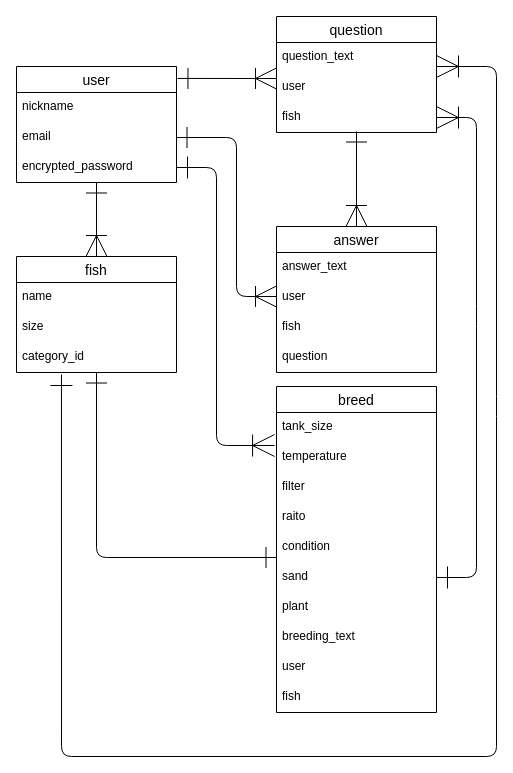
Earlier version of the draw.io diagram ER.dio (shimitar/fish-breeding). Source tidied: cells renumbered, new cells numbered last; positions are measured from the earlier drawing's top-left corner, leaving out a move shared by most shapes. Both pictures are drawn from the tidied source at 100%, with x=0, y=0 at pixel (16, 16).
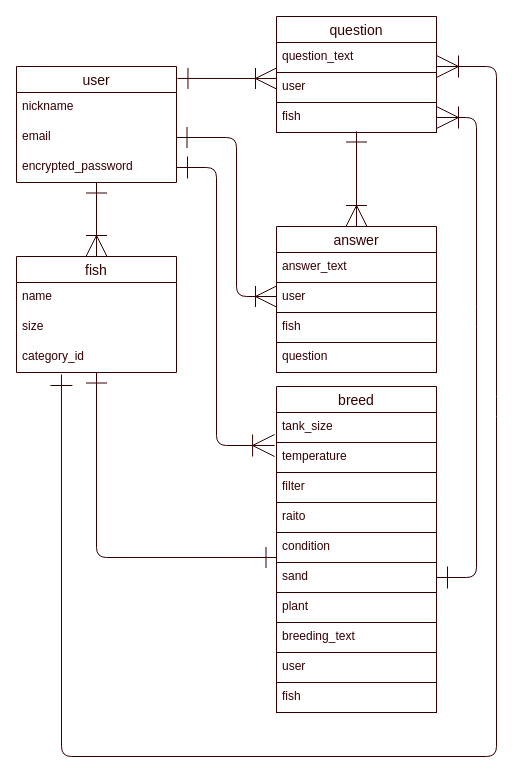
Above is the later version.

What changed in the source:
```diff
@@
-<mxGraphModel>
+<mxGraphModel background="#ffffff">
@@
-    <mxCell id="2" style="edgeStyle=none;html=1;entryX=0.5;entryY=0;entryDx=0;entryDy=0;endArrow=ERoneToMany;endFill=0;startSize=19;endSize=19;startArrow=ERone;startFill=0;" parent="1" edge="1" source="3" target="8">
+    <mxCell id="2" style="edgeStyle=none;html=1;entryX=0.5;entryY=0;entryDx=0;entryDy=0;endArrow=ERoneToMany;endFill=0;startSize=19;endSize=19;startArrow=ERone;startFill=0;strokeColor=#330000;fontColor=#330000;" parent="1" edge="1" source="3" target="8">
       <mxGeometry relative="1" as="geometry" />
     </mxCell>
-    <mxCell id="3" value="user" style="swimlane;fontStyle=0;horizontal=1;startSize=26;align=center;fontSize=14;" parent="1" vertex="1">
+    <mxCell id="3" value="user" style="swimlane;fontStyle=0;horizontal=1;startSize=26;align=center;fontSize=14;fillColor=none;strokeColor=#330000;fontColor=#330000;" parent="1" vertex="1">
       <mxGeometry y="50" width="160" height="116" as="geometry" />
     </mxCell>
-    <mxCell id="4" value="nickname" style="text;strokeColor=none;fillColor=none;spacingLeft=4;spacingRight=4;overflow=hidden;fontSize=12;" parent="3" vertex="1">
+    <mxCell id="4" value="nickname" style="text;strokeColor=none;fillColor=none;spacingLeft=4;spacingRight=4;overflow=hidden;fontSize=12;fontColor=#330000;" parent="3" vertex="1">
       <mxGeometry y="26" width="160" height="30" as="geometry" />
     </mxCell>
-    <mxCell id="5" value="email" style="text;strokeColor=none;fillColor=none;spacingLeft=4;spacingRight=4;overflow=hidden;points=[[0,0.5],[1,0.5]];portConstraint=eastwest;fontSize=12;" parent="3" vertex="1">
+    <mxCell id="5" value="email" style="text;strokeColor=none;fillColor=none;spacingLeft=4;spacingRight=4;overflow=hidden;points=[[0,0.5],[1,0.5]];portConstraint=eastwest;fontSize=12;fontColor=#330000;" parent="3" vertex="1">
       <mxGeometry y="56" width="160" height="30" as="geometry" />
     </mxCell>
-    <mxCell id="6" value="encrypted_password" style="text;strokeColor=none;fillColor=none;spacingLeft=4;spacingRight=4;overflow=hidden;points=[[0,0.5],[1,0.5]];portConstraint=eastwest;fontSize=12;" parent="3" vertex="1">
+    <mxCell id="6" value="encrypted_password" style="text;strokeColor=none;fillColor=none;spacingLeft=4;spacingRight=4;overflow=hidden;points=[[0,0.5],[1,0.5]];portConstraint=eastwest;fontSize=12;fontColor=#330000;" parent="3" vertex="1">
       <mxGeometry y="86" width="160" height="30" as="geometry" />
     </mxCell>
-    <mxCell id="7" style="edgeStyle=none;html=1;entryX=0;entryY=0.833;entryDx=0;entryDy=0;entryPerimeter=0;startArrow=ERone;startFill=0;endArrow=ERone;endFill=0;startSize=19;endSize=19;" parent="1" edge="1" source="8" target="27">
+    <mxCell id="7" style="edgeStyle=none;html=1;entryX=0;entryY=0.833;entryDx=0;entryDy=0;entryPerimeter=0;startArrow=ERone;startFill=0;endArrow=ERone;endFill=0;startSize=19;endSize=19;strokeColor=#330000;fontColor=#330000;" parent="1" edge="1" source="8" target="27">
       <mxGeometry relative="1" as="geometry">
         <Array as="points">
           <mxPoint x="80" y="541" />
         </Array>
       </mxGeometry>
     </mxCell>
-    <mxCell id="8" value="fish" style="swimlane;fontStyle=0;horizontal=1;startSize=26;align=center;fontSize=14;" parent="1" vertex="1">
+    <mxCell id="8" value="fish" style="swimlane;fontStyle=0;horizontal=1;startSize=26;align=center;fontSize=14;fillColor=none;strokeColor=#330000;fontColor=#330000;" parent="1" vertex="1">
       <mxGeometry y="240" width="160" height="116" as="geometry" />
     </mxCell>
-    <mxCell id="9" value="name" style="text;strokeColor=none;fillColor=none;spacingLeft=4;spacingRight=4;overflow=hidden;fontSize=12;" parent="8" vertex="1">
+    <mxCell id="9" value="name" style="text;strokeColor=none;fillColor=none;spacingLeft=4;spacingRight=4;overflow=hidden;fontSize=12;fontColor=#330000;" parent="8" vertex="1">
       <mxGeometry y="26" width="160" height="30" as="geometry" />
     </mxCell>
-    <mxCell id="10" value="size" style="text;strokeColor=none;fillColor=none;spacingLeft=4;spacingRight=4;overflow=hidden;fontSize=12;" parent="8" vertex="1">
+    <mxCell id="10" value="size" style="text;strokeColor=none;fillColor=none;spacingLeft=4;spacingRight=4;overflow=hidden;fontSize=12;fontColor=#330000;" parent="8" vertex="1">
       <mxGeometry y="56" width="160" height="30" as="geometry" />
     </mxCell>
-    <mxCell id="11" value="category_id" style="text;strokeColor=none;fillColor=none;spacingLeft=4;spacingRight=4;overflow=hidden;points=[[0,0.5],[1,0.5]];portConstraint=eastwest;fontSize=12;" parent="8" vertex="1">
+    <mxCell id="11" value="category_id" style="text;strokeColor=none;fillColor=none;spacingLeft=4;spacingRight=4;overflow=hidden;points=[[0,0.5],[1,0.5]];portConstraint=eastwest;fontSize=12;fontColor=#330000;" parent="8" vertex="1">
       <mxGeometry y="86" width="160" height="30" as="geometry" />
     </mxCell>
-    <mxCell id="12" value="question" style="swimlane;fontStyle=0;horizontal=1;startSize=26;align=center;fontSize=14;" parent="1" vertex="1">
+    <mxCell id="12" value="question" style="swimlane;fontStyle=0;horizontal=1;startSize=26;align=center;fontSize=14;fillColor=none;fontColor=#330000;strokeColor=#330000;" parent="1" vertex="1">
       <mxGeometry x="260" width="160" height="116" as="geometry" />
     </mxCell>
-    <mxCell id="13" value="question_text" style="text;strokeColor=none;fillColor=none;spacingLeft=4;spacingRight=4;overflow=hidden;fontSize=12;" parent="12" vertex="1">
+    <mxCell id="13" value="question_text" style="text;strokeColor=#330000;fillColor=none;spacingLeft=4;spacingRight=4;overflow=hidden;fontSize=12;fontColor=#330000;" parent="12" vertex="1">
       <mxGeometry y="26" width="160" height="30" as="geometry" />
     </mxCell>
-    <mxCell id="14" value="user" style="text;strokeColor=none;fillColor=none;spacingLeft=4;spacingRight=4;overflow=hidden;fontSize=12;" parent="12" vertex="1">
+    <mxCell id="14" value="user" style="text;strokeColor=#330000;fillColor=none;spacingLeft=4;spacingRight=4;overflow=hidden;fontSize=12;fontColor=#330000;" parent="12" vertex="1">
       <mxGeometry y="56" width="160" height="30" as="geometry" />
     </mxCell>
-    <mxCell id="15" value="fish" style="text;strokeColor=none;fillColor=none;spacingLeft=4;spacingRight=4;overflow=hidden;points=[[0,0.5],[1,0.5]];portConstraint=eastwest;fontSize=12;" parent="12" vertex="1">
+    <mxCell id="15" value="fish" style="text;strokeColor=#330000;fillColor=none;spacingLeft=4;spacingRight=4;overflow=hidden;points=[[0,0.5],[1,0.5]];portConstraint=eastwest;fontSize=12;fontColor=#330000;" parent="12" vertex="1">
       <mxGeometry y="86" width="160" height="30" as="geometry" />
     </mxCell>
-    <mxCell id="16" style="edgeStyle=none;html=1;startArrow=ERoneToMany;startFill=0;endArrow=ERone;endFill=0;startSize=19;endSize=19;entryX=0.5;entryY=0.967;entryDx=0;entryDy=0;entryPerimeter=0;" parent="1" edge="1" source="17" target="15">
+    <mxCell id="16" style="edgeStyle=none;html=1;startArrow=ERoneToMany;startFill=0;endArrow=ERone;endFill=0;startSize=19;endSize=19;entryX=0.5;entryY=0.967;entryDx=0;entryDy=0;entryPerimeter=0;strokeColor=#330000;fontColor=#330000;" parent="1" edge="1" source="17" target="15">
       <mxGeometry relative="1" as="geometry" />
     </mxCell>
-    <mxCell id="17" value="answer" style="swimlane;fontStyle=0;horizontal=1;startSize=26;align=center;fontSize=14;" parent="1" vertex="1">
+    <mxCell id="17" value="answer" style="swimlane;fontStyle=0;horizontal=1;startSize=26;align=center;fontSize=14;fillColor=none;strokeColor=#330000;fontColor=#330000;" parent="1" vertex="1">
       <mxGeometry x="260" y="210" width="160" height="146" as="geometry" />
     </mxCell>
-    <mxCell id="18" value="answer_text" style="text;strokeColor=none;fillColor=none;spacingLeft=4;spacingRight=4;overflow=hidden;fontSize=12;" parent="17" vertex="1">
+    <mxCell id="18" value="answer_text" style="text;strokeColor=#330000;fillColor=none;spacingLeft=4;spacingRight=4;overflow=hidden;fontSize=12;fontColor=#330000;" parent="17" vertex="1">
       <mxGeometry y="26" width="160" height="30" as="geometry" />
     </mxCell>
-    <mxCell id="19" value="user" style="text;strokeColor=none;fillColor=none;spacingLeft=4;spacingRight=4;overflow=hidden;fontSize=12;" parent="17" vertex="1">
+    <mxCell id="19" value="user" style="text;strokeColor=#330000;fillColor=none;spacingLeft=4;spacingRight=4;overflow=hidden;fontSize=12;fontColor=#330000;" parent="17" vertex="1">
       <mxGeometry y="56" width="160" height="30" as="geometry" />
     </mxCell>
-    <mxCell id="20" value="fish" style="text;strokeColor=none;fillColor=none;spacingLeft=4;spacingRight=4;overflow=hidden;fontSize=12;" parent="17" vertex="1">
+    <mxCell id="20" value="fish" style="text;strokeColor=#330000;fillColor=none;spacingLeft=4;spacingRight=4;overflow=hidden;fontSize=12;fontColor=#330000;" parent="17" vertex="1">
       <mxGeometry y="86" width="160" height="30" as="geometry" />
     </mxCell>
-    <mxCell id="21" value="question" style="text;strokeColor=none;fillColor=none;spacingLeft=4;spacingRight=4;overflow=hidden;fontSize=12;" parent="17" vertex="1">
+    <mxCell id="21" value="question" style="text;strokeColor=#330000;fillColor=none;spacingLeft=4;spacingRight=4;overflow=hidden;fontSize=12;fontColor=#330000;" parent="17" vertex="1">
       <mxGeometry y="116" width="160" height="30" as="geometry" />
     </mxCell>
-    <mxCell id="22" value="breed" style="swimlane;fontStyle=0;horizontal=1;startSize=26;align=center;fontSize=14;" parent="1" vertex="1">
+    <mxCell id="22" value="breed" style="swimlane;fontStyle=0;horizontal=1;startSize=26;align=center;fontSize=14;fillColor=none;strokeColor=#330000;fontColor=#330000;" parent="1" vertex="1">
       <mxGeometry x="260" y="370" width="160" height="326" as="geometry" />
     </mxCell>
-    <mxCell id="23" value="tank_size" style="text;strokeColor=none;fillColor=none;spacingLeft=4;spacingRight=4;overflow=hidden;fontSize=12;" parent="22" vertex="1">
+    <mxCell id="23" value="tank_size" style="text;strokeColor=#330000;fillColor=none;spacingLeft=4;spacingRight=4;overflow=hidden;fontSize=12;fontColor=#330000;" parent="22" vertex="1">
       <mxGeometry y="26" width="160" height="30" as="geometry" />
     </mxCell>
-    <mxCell id="24" value="temperature " style="text;strokeColor=none;fillColor=none;spacingLeft=4;spacingRight=4;overflow=hidden;points=[[0,0.5],[1,0.5]];portConstraint=eastwest;fontSize=12;" parent="22" vertex="1">
+    <mxCell id="24" value="temperature " style="text;strokeColor=#330000;fillColor=none;spacingLeft=4;spacingRight=4;overflow=hidden;points=[[0,0.5],[1,0.5]];portConstraint=eastwest;fontSize=12;fontColor=#330000;" parent="22" vertex="1">
       <mxGeometry y="56" width="160" height="30" as="geometry" />
     </mxCell>
-    <mxCell id="25" value="filter" style="text;strokeColor=none;fillColor=none;spacingLeft=4;spacingRight=4;overflow=hidden;fontSize=12;" parent="22" vertex="1">
+    <mxCell id="25" value="filter" style="text;strokeColor=#330000;fillColor=none;spacingLeft=4;spacingRight=4;overflow=hidden;fontSize=12;fontColor=#330000;" parent="22" vertex="1">
       <mxGeometry y="86" width="160" height="30" as="geometry" />
     </mxCell>
-    <mxCell id="26" value="raito" style="text;strokeColor=none;fillColor=none;spacingLeft=4;spacingRight=4;overflow=hidden;fontSize=12;" parent="22" vertex="1">
+    <mxCell id="26" value="raito" style="text;strokeColor=#330000;fillColor=none;spacingLeft=4;spacingRight=4;overflow=hidden;fontSize=12;fontColor=#330000;" parent="22" vertex="1">
       <mxGeometry y="116" width="160" height="30" as="geometry" />
     </mxCell>
-    <mxCell id="27" value="condition" style="text;strokeColor=none;fillColor=none;spacingLeft=4;spacingRight=4;overflow=hidden;points=[[0,0.5],[1,0.5]];portConstraint=eastwest;fontSize=12;" parent="22" vertex="1">
+    <mxCell id="27" value="condition" style="text;strokeColor=#330000;fillColor=none;spacingLeft=4;spacingRight=4;overflow=hidden;points=[[0,0.5],[1,0.5]];portConstraint=eastwest;fontSize=12;fontColor=#330000;" parent="22" vertex="1">
       <mxGeometry y="146" width="160" height="30" as="geometry" />
     </mxCell>
-    <mxCell id="28" value="sand" style="text;strokeColor=none;fillColor=none;spacingLeft=4;spacingRight=4;overflow=hidden;points=[[0,0.5],[1,0.5]];portConstraint=eastwest;fontSize=12;" parent="22" vertex="1">
+    <mxCell id="28" value="sand" style="text;strokeColor=#330000;fillColor=none;spacingLeft=4;spacingRight=4;overflow=hidden;points=[[0,0.5],[1,0.5]];portConstraint=eastwest;fontSize=12;fontColor=#330000;" parent="22" vertex="1">
       <mxGeometry y="176" width="160" height="30" as="geometry" />
     </mxCell>
-    <mxCell id="29" value="plant" style="text;strokeColor=none;fillColor=none;spacingLeft=4;spacingRight=4;overflow=hidden;fontSize=12;" parent="22" vertex="1">
+    <mxCell id="29" value="plant" style="text;strokeColor=#330000;fillColor=none;spacingLeft=4;spacingRight=4;overflow=hidden;fontSize=12;fontColor=#330000;" parent="22" vertex="1">
       <mxGeometry y="206" width="160" height="30" as="geometry" />
     </mxCell>
-    <mxCell id="30" value="breeding_text" style="text;strokeColor=none;fillColor=none;spacingLeft=4;spacingRight=4;overflow=hidden;fontSize=12;" parent="22" vertex="1">
+    <mxCell id="30" value="breeding_text" style="text;strokeColor=#330000;fillColor=none;spacingLeft=4;spacingRight=4;overflow=hidden;fontSize=12;fontColor=#330000;" parent="22" vertex="1">
       <mxGeometry y="236" width="160" height="30" as="geometry" />
     </mxCell>
-    <mxCell id="31" value="user" style="text;strokeColor=none;fillColor=none;spacingLeft=4;spacingRight=4;overflow=hidden;fontSize=12;" parent="22" vertex="1">
+    <mxCell id="31" value="user" style="text;strokeColor=#330000;fillColor=none;spacingLeft=4;spacingRight=4;overflow=hidden;fontSize=12;fontColor=#330000;" parent="22" vertex="1">
       <mxGeometry y="266" width="160" height="30" as="geometry" />
     </mxCell>
-    <mxCell id="32" value="fish" style="text;strokeColor=none;fillColor=none;spacingLeft=4;spacingRight=4;overflow=hidden;fontSize=12;" parent="22" vertex="1">
+    <mxCell id="32" value="fish" style="text;strokeColor=#330000;fillColor=none;spacingLeft=4;spacingRight=4;overflow=hidden;fontSize=12;fontColor=#330000;" parent="22" vertex="1">
       <mxGeometry y="296" width="160" height="30" as="geometry" />
     </mxCell>
-    <mxCell id="33" style="edgeStyle=none;html=1;startArrow=ERone;startFill=0;endArrow=ERoneToMany;endFill=0;startSize=19;endSize=19;exitX=1.006;exitY=0.103;exitDx=0;exitDy=0;exitPerimeter=0;" parent="1" edge="1" source="3">
+    <mxCell id="33" style="edgeStyle=none;html=1;startArrow=ERone;startFill=0;endArrow=ERoneToMany;endFill=0;startSize=19;endSize=19;exitX=1.006;exitY=0.103;exitDx=0;exitDy=0;exitPerimeter=0;strokeColor=#330000;fontColor=#330000;" parent="1" edge="1" source="3">
       <mxGeometry relative="1" as="geometry">
         <mxPoint x="260" y="62" as="targetPoint" />
       </mxGeometry>
     </mxCell>
-    <mxCell id="34" style="edgeStyle=none;html=1;startArrow=ERone;startFill=0;endArrow=ERoneToMany;endFill=0;startSize=19;endSize=19;exitX=1;exitY=0.5;exitDx=0;exitDy=0;" parent="1" edge="1" source="5">
+    <mxCell id="34" style="edgeStyle=none;html=1;startArrow=ERone;startFill=0;endArrow=ERoneToMany;endFill=0;startSize=19;endSize=19;exitX=1;exitY=0.5;exitDx=0;exitDy=0;strokeColor=#330000;fontColor=#330000;" parent="1" edge="1" source="5">
       <mxGeometry relative="1" as="geometry">
         <mxPoint x="260" y="280" as="targetPoint" />
         <Array as="points">
           <mxPoint x="220" y="121" />
           <mxPoint x="220" y="280" />
         </Array>
       </mxGeometry>
     </mxCell>
-    <mxCell id="35" style="edgeStyle=none;html=1;entryX=-0.012;entryY=0.1;entryDx=0;entryDy=0;entryPerimeter=0;exitX=1;exitY=0.5;exitDx=0;exitDy=0;endArrow=ERoneToMany;endFill=0;endSize=20;startSize=20;startArrow=ERone;startFill=0;" parent="1" edge="1" source="6" target="24">
+    <mxCell id="35" style="edgeStyle=none;html=1;entryX=-0.012;entryY=0.1;entryDx=0;entryDy=0;entryPerimeter=0;exitX=1;exitY=0.5;exitDx=0;exitDy=0;endArrow=ERoneToMany;endFill=0;endSize=20;startSize=20;startArrow=ERone;startFill=0;strokeColor=#330000;fontColor=#330000;" parent="1" edge="1" source="6" target="24">
       <mxGeometry relative="1" as="geometry">
         <Array as="points">
           <mxPoint x="200" y="151" />
           <mxPoint x="200" y="429" />
         </Array>
       </mxGeometry>
     </mxCell>
-    <mxCell id="36" style="edgeStyle=none;html=1;exitX=0.281;exitY=1.067;exitDx=0;exitDy=0;exitPerimeter=0;endArrow=ERoneToMany;endFill=0;startArrow=ERone;startFill=0;endSize=20;startSize=20;" parent="1" edge="1" source="11">
+    <mxCell id="36" style="edgeStyle=none;html=1;exitX=0.281;exitY=1.067;exitDx=0;exitDy=0;exitPerimeter=0;endArrow=ERoneToMany;endFill=0;startArrow=ERone;startFill=0;endSize=20;startSize=20;strokeColor=#330000;" parent="1" edge="1" source="11">
       <mxGeometry relative="1" as="geometry">
         <mxPoint x="420" y="50" as="targetPoint" />
         <Array as="points">
           <mxPoint x="45" y="740" />
           <mxPoint x="480" y="740" />
           <mxPoint x="480" y="390" />
           <mxPoint x="480" y="50" />
         </Array>
       </mxGeometry>
     </mxCell>
-    <mxCell id="37" style="edgeStyle=none;html=1;startArrow=ERone;startFill=0;endArrow=ERoneToMany;endFill=0;startSize=20;endSize=20;exitX=1;exitY=0.5;exitDx=0;exitDy=0;entryX=1;entryY=0.5;entryDx=0;entryDy=0;" parent="1" edge="1" source="28" target="15">
+    <mxCell id="37" style="edgeStyle=none;html=1;startArrow=ERone;startFill=0;endArrow=ERoneToMany;endFill=0;startSize=20;endSize=20;exitX=1;exitY=0.5;exitDx=0;exitDy=0;entryX=1;entryY=0.5;entryDx=0;entryDy=0;strokeColor=#330000;" parent="1" edge="1" source="28" target="15">
       <mxGeometry relative="1" as="geometry">
         <Array as="points">
           <mxPoint x="460" y="561" />
           <mxPoint x="460" y="300" />
           <mxPoint x="460" y="101" />
         </Array>
       </mxGeometry>
     </mxCell>
```
